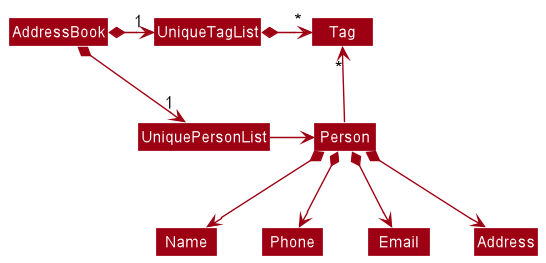
Before: docs/images/BetterModelClassDiagram.png, a diagram exported from PlantUML (nus-cs2103-AY2223S1/tp).
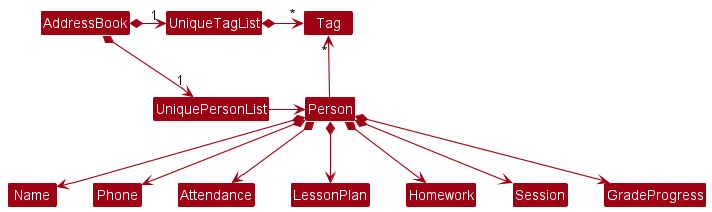
The same diagram one commit later.

What changed in the source:
```diff
@@ -16,6 +16,9 @@
 
 Person *--> Name
 Person *--> Phone
-Person *--> Email
-Person *--> Address
+Person *--> Attendance
+Person *--> LessonPlan
+Person *--> Homework
+Person *--> Session
+Person *--> GradeProgress
 @enduml
```
